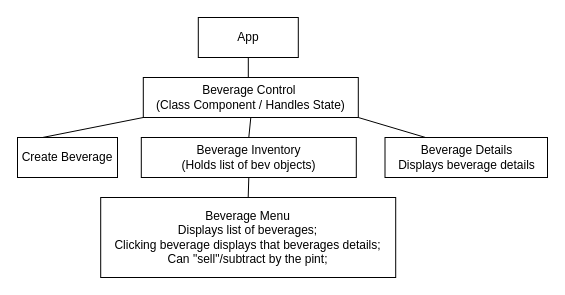
Earlier version of the draw.io diagram plan.drawio (jessi-b/tap-room). Source tidied: cells renumbered, new cells numbered last; positions are measured from the earlier drawing's top-left corner, leaving out a move shared by most shapes. Both pictures are drawn from the tidied source at 100%, with x=0, y=0 at pixel (17, 17).
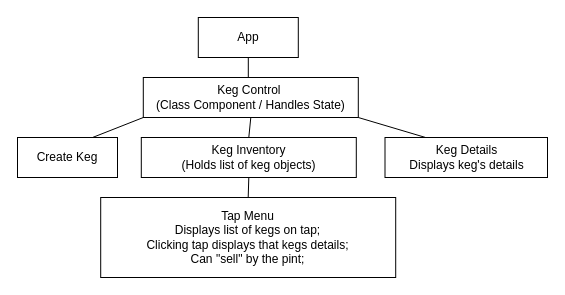
After the change.

Diff of the diagram source:
```diff
@@
 <mxGraphModel>
   <root>
     <mxCell id="0" />
     <mxCell id="1" parent="0" />
     <mxCell id="2" value="App" style="whiteSpace=wrap;html=1;align=center;" parent="1" vertex="1">
       <mxGeometry x="180.8" width="100" height="40" as="geometry" />
     </mxCell>
-    <mxCell id="3" value="Beverage Control&amp;nbsp;&lt;br&gt;(Class Component / Handles State)" style="whiteSpace=wrap;html=1;align=center;" parent="1" vertex="1">
+    <mxCell id="3" value="Keg Control&amp;nbsp;&lt;br&gt;(Class Component / Handles State)" style="whiteSpace=wrap;html=1;align=center;" parent="1" vertex="1">
       <mxGeometry x="125.8" y="60" width="215" height="40" as="geometry" />
     </mxCell>
-    <mxCell id="4" value="Beverage Inventory&lt;br&gt;(Holds list of bev objects)" style="whiteSpace=wrap;html=1;align=center;" parent="1" vertex="1">
+    <mxCell id="4" value="Keg Inventory&lt;br&gt;(Holds list of keg objects)" style="whiteSpace=wrap;html=1;align=center;" parent="1" vertex="1">
       <mxGeometry x="123.8" y="120" width="215" height="40" as="geometry" />
     </mxCell>
-    <mxCell id="5" value="Beverage Details&lt;br&gt;Displays beverage details" style="whiteSpace=wrap;html=1;align=center;" parent="1" vertex="1">
+    <mxCell id="5" value="Keg Details&lt;br&gt;Displays keg's details" style="whiteSpace=wrap;html=1;align=center;" parent="1" vertex="1">
       <mxGeometry x="367.5" y="120" width="162.5" height="40" as="geometry" />
     </mxCell>
-    <mxCell id="6" value="Beverage Menu&lt;br&gt;Displays list of beverages;&lt;br&gt;Clicking beverage displays that beverages details;&lt;br&gt;Can &quot;sell&quot;/subtract by the pint;" style="whiteSpace=wrap;html=1;align=center;" parent="1" vertex="1">
+    <mxCell id="6" value="Tap Menu&lt;br&gt;Displays list of kegs on tap;&lt;br&gt;Clicking tap displays that kegs details;&lt;br&gt;Can &quot;sell&quot; by the pint;" style="whiteSpace=wrap;html=1;align=center;" parent="1" vertex="1">
       <mxGeometry x="83.2" y="180" width="295" height="80" as="geometry" />
     </mxCell>
     <mxCell id="7" style="endArrow=none;html=1;rounded=0;entryX=0.5;entryY=0;entryDx=0;entryDy=0;exitX=0.5;exitY=1;exitDx=0;exitDy=0;" parent="1" edge="1" source="4" target="6">
       <mxGeometry relative="1" as="geometry" />
     </mxCell>
     <mxCell id="8" style="endArrow=none;html=1;rounded=0;exitX=0.5;exitY=1;exitDx=0;exitDy=0;" parent="1" edge="1" source="2">
       <mxGeometry relative="1" as="geometry">
         <mxPoint x="230.8" y="60" as="targetPoint" />
       </mxGeometry>
     </mxCell>
-    <mxCell id="9" value="Create Beverage" style="whiteSpace=wrap;html=1;align=center;" parent="1" vertex="1">
+    <mxCell id="9" value="Create Keg" style="whiteSpace=wrap;html=1;align=center;" parent="1" vertex="1">
       <mxGeometry y="120" width="100" height="40" as="geometry" />
     </mxCell>
-    <mxCell id="10" style="endArrow=none;html=1;rounded=0;entryX=0;entryY=1;entryDx=0;entryDy=0;exitX=0.25;exitY=0;exitDx=0;exitDy=0;" parent="1" edge="1" source="9" target="3">
+    <mxCell id="10" style="endArrow=none;html=1;rounded=0;entryX=0;entryY=1;entryDx=0;entryDy=0;exitX=0.75;exitY=0;exitDx=0;exitDy=0;" parent="1" edge="1" source="9" target="3">
       <mxGeometry relative="1" as="geometry" />
     </mxCell>
     <mxCell id="11" style="endArrow=none;html=1;rounded=0;entryX=1;entryY=1;entryDx=0;entryDy=0;exitX=0.25;exitY=0;exitDx=0;exitDy=0;" parent="1" edge="1" source="5" target="3">
       <mxGeometry relative="1" as="geometry" />
     </mxCell>
     <mxCell id="12" style="endArrow=none;html=1;rounded=0;entryX=0.5;entryY=1;entryDx=0;entryDy=0;exitX=0.5;exitY=0;exitDx=0;exitDy=0;" parent="1" edge="1" source="4" target="3">
       <mxGeometry relative="1" as="geometry" />
     </mxCell>
   </root>
 </mxGraphModel>
```
